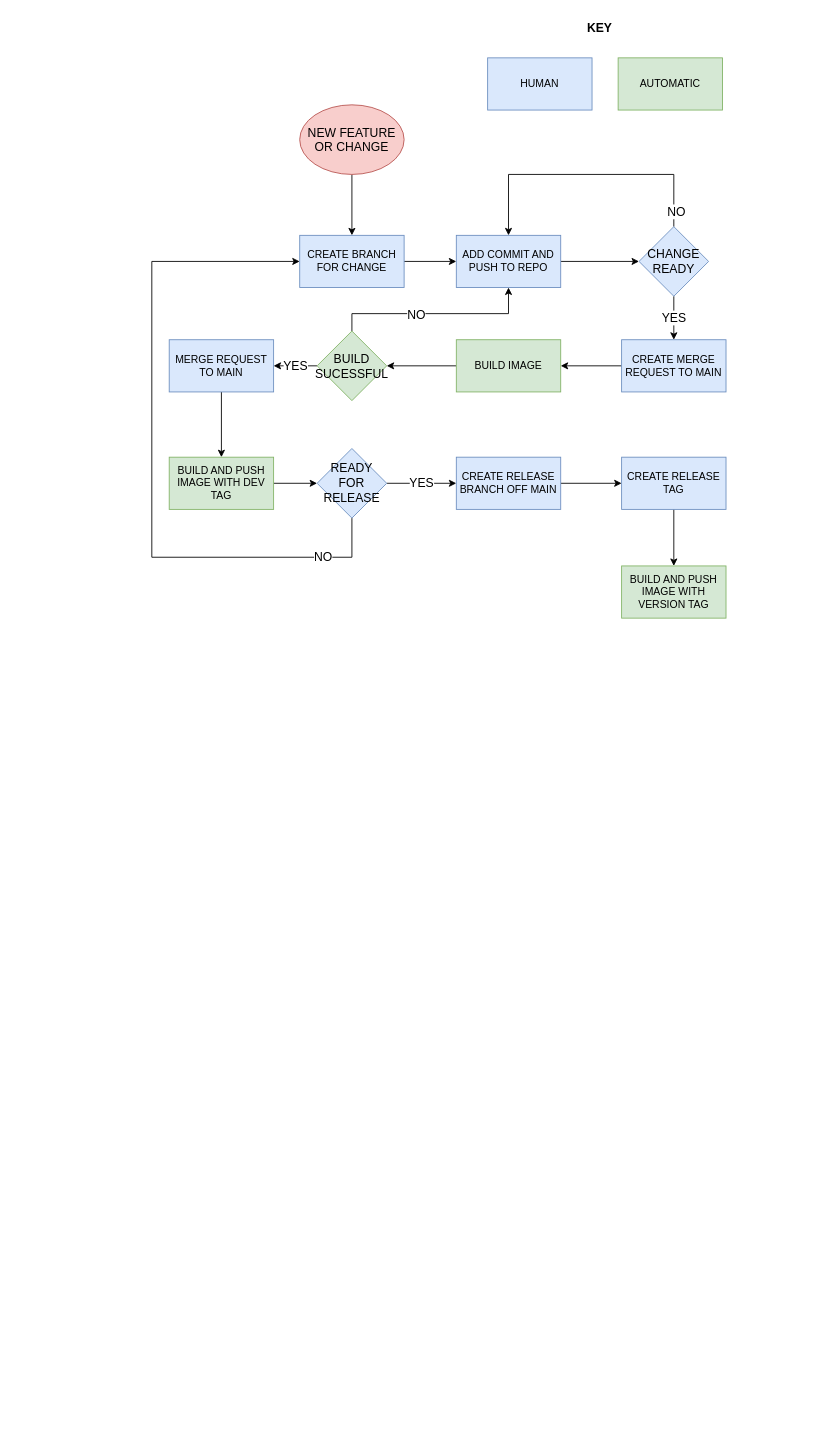
Above: gitflow.drawio in quanhk711/dev-test- (draw.io), before the change. Source tidied: cells renumbered, new cells numbered last; positions are measured from the earlier drawing's top-left corner, leaving out a move shared by most shapes. Both pictures are drawn from the tidied source at 87%, with x=0, y=0 at pixel (151, 15).
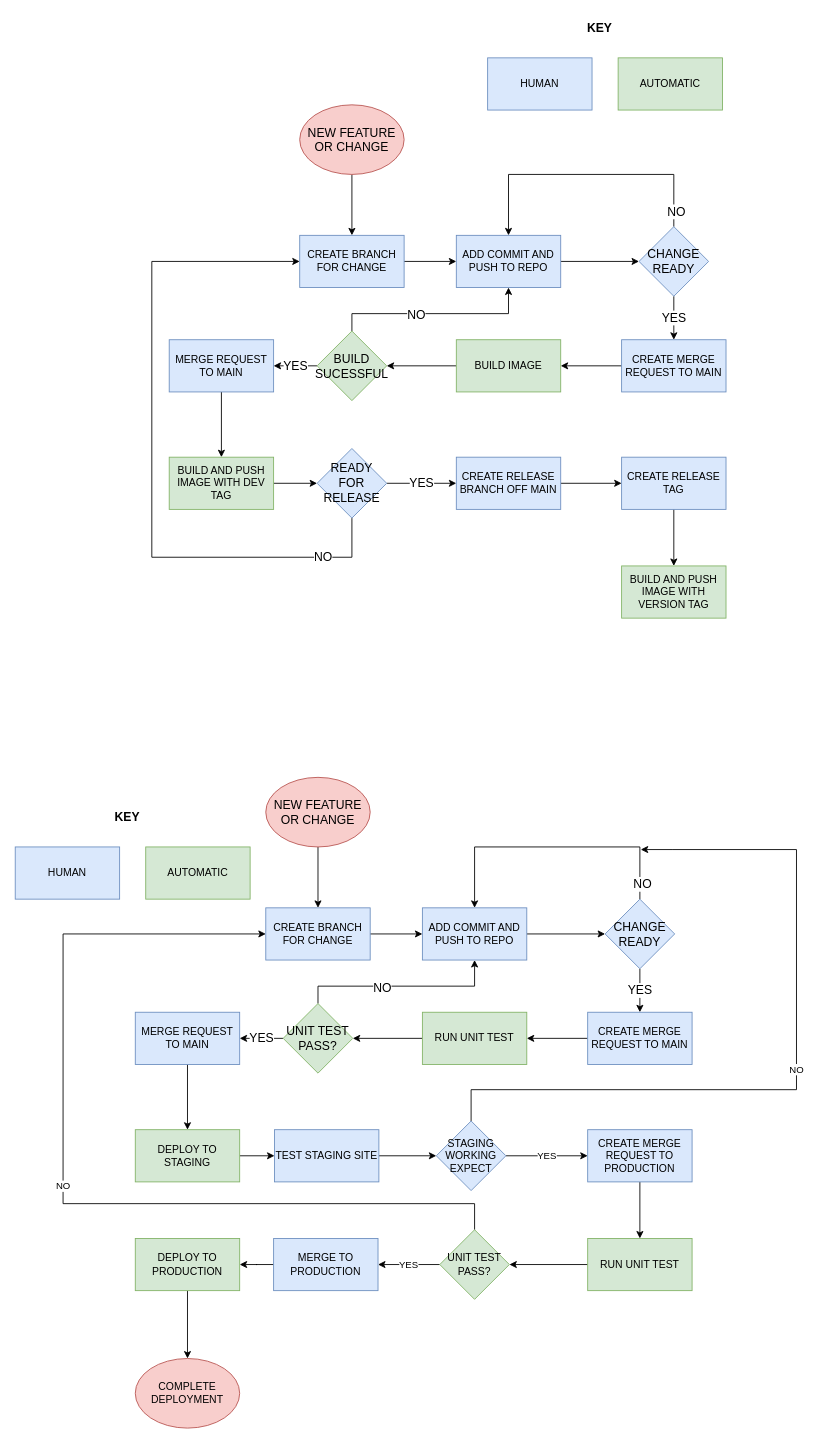
The same diagram, later.

Change to the diagram source:
```diff
@@
+    <mxCell id="35" value="HUMAN" style="rounded=0;whiteSpace=wrap;html=1;fillColor=#dae8fc;strokeColor=#6c8ebf;" parent="1" vertex="1">
+      <mxGeometry x="-157" y="956" width="120" height="60" as="geometry" />
+    </mxCell>
+    <mxCell id="36" value="&lt;b&gt;&lt;font style=&quot;font-size: 14px&quot;&gt;KEY&lt;/font&gt;&lt;/b&gt;" style="text;html=1;strokeColor=none;fillColor=none;align=center;verticalAlign=middle;whiteSpace=wrap;rounded=0;" parent="1" vertex="1">
+      <mxGeometry x="-58" y="907" width="60" height="30" as="geometry" />
+    </mxCell>
+    <mxCell id="37" value="AUTOMATIC" style="rounded=0;whiteSpace=wrap;html=1;fillColor=#d5e8d4;strokeColor=#82b366;" parent="1" vertex="1">
+      <mxGeometry x="-7" y="956" width="120" height="60" as="geometry" />
+    </mxCell>
+    <mxCell id="38" style="edgeStyle=orthogonalEdgeStyle;rounded=0;jettySize=auto;html=1;entryX=0.5;entryY=0;entryDx=0;entryDy=0;fontSize=14;" parent="1" edge="1" source="39" target="41">
+      <mxGeometry relative="1" as="geometry" />
+    </mxCell>
+    <mxCell id="39" value="NEW FEATURE OR CHANGE" style="ellipse;whiteSpace=wrap;html=1;fontSize=14;fillColor=#f8cecc;strokeColor=#b85450;" parent="1" vertex="1">
+      <mxGeometry x="131" y="876" width="120" height="80" as="geometry" />
+    </mxCell>
+    <mxCell id="40" style="edgeStyle=orthogonalEdgeStyle;rounded=0;jettySize=auto;html=1;entryX=0;entryY=0.5;entryDx=0;entryDy=0;fontSize=14;" parent="1" edge="1" source="41" target="43">
+      <mxGeometry relative="1" as="geometry" />
+    </mxCell>
+    <mxCell id="41" value="CREATE BRANCH FOR CHANGE" style="rounded=0;whiteSpace=wrap;html=1;fillColor=#dae8fc;strokeColor=#6c8ebf;" parent="1" vertex="1">
+      <mxGeometry x="131" y="1026" width="120" height="60" as="geometry" />
+    </mxCell>
+    <mxCell id="42" style="edgeStyle=orthogonalEdgeStyle;rounded=0;jettySize=auto;html=1;entryX=0;entryY=0.5;entryDx=0;entryDy=0;fontSize=14;" parent="1" edge="1" source="43" target="47">
+      <mxGeometry relative="1" as="geometry" />
+    </mxCell>
+    <mxCell id="43" value="ADD COMMIT AND PUSH TO REPO" style="rounded=0;whiteSpace=wrap;html=1;fillColor=#dae8fc;strokeColor=#6c8ebf;" parent="1" vertex="1">
+      <mxGeometry x="311" y="1026" width="120" height="60" as="geometry" />
+    </mxCell>
+    <mxCell id="44" value="YES" style="edgeStyle=orthogonalEdgeStyle;rounded=0;jettySize=auto;html=1;entryX=0.5;entryY=0;entryDx=0;entryDy=0;fontSize=14;" parent="1" edge="1" source="47" target="49">
+      <mxGeometry relative="1" as="geometry">
+        <Array as="points">
+          <mxPoint x="561" y="1126" />
+          <mxPoint x="561" y="1126" />
+        </Array>
+      </mxGeometry>
+    </mxCell>
+    <mxCell id="45" style="edgeStyle=orthogonalEdgeStyle;rounded=0;jettySize=auto;html=1;entryX=0.5;entryY=0;entryDx=0;entryDy=0;fontSize=14;" parent="1" edge="1" source="47" target="43">
+      <mxGeometry relative="1" as="geometry">
+        <Array as="points">
+          <mxPoint x="561" y="956" />
+          <mxPoint x="371" y="956" />
+        </Array>
+      </mxGeometry>
+    </mxCell>
+    <mxCell id="46" value="NO" style="edgeLabel;html=1;align=center;verticalAlign=middle;fontSize=14;" parent="45" vertex="1">
+      <mxGeometry x="-0.89" y="-2" relative="1" as="geometry" />
+    </mxCell>
+    <mxCell id="47" value="CHANGE READY" style="rhombus;whiteSpace=wrap;html=1;fontSize=14;fillColor=#dae8fc;strokeColor=#6c8ebf;" parent="1" vertex="1">
+      <mxGeometry x="521" y="1016" width="80" height="80" as="geometry" />
+    </mxCell>
+    <mxCell id="48" style="edgeStyle=orthogonalEdgeStyle;rounded=0;jettySize=auto;html=1;entryX=1;entryY=0.5;entryDx=0;entryDy=0;fontSize=14;" parent="1" edge="1" source="49" target="51">
+      <mxGeometry relative="1" as="geometry" />
+    </mxCell>
+    <mxCell id="49" value="CREATE MERGE REQUEST TO MAIN" style="rounded=0;whiteSpace=wrap;html=1;fillColor=#dae8fc;strokeColor=#6c8ebf;" parent="1" vertex="1">
+      <mxGeometry x="501" y="1146" width="120" height="60" as="geometry" />
+    </mxCell>
+    <mxCell id="50" style="edgeStyle=orthogonalEdgeStyle;rounded=0;jettySize=auto;html=1;entryX=1;entryY=0.5;entryDx=0;entryDy=0;fontSize=14;" parent="1" edge="1" source="51" target="55">
+      <mxGeometry relative="1" as="geometry" />
+    </mxCell>
+    <mxCell id="51" value="RUN UNIT TEST" style="rounded=0;whiteSpace=wrap;html=1;fillColor=#d5e8d4;strokeColor=#82b366;" parent="1" vertex="1">
+      <mxGeometry x="311" y="1146" width="120" height="60" as="geometry" />
+    </mxCell>
+    <mxCell id="52" value="YES" style="edgeStyle=orthogonalEdgeStyle;rounded=0;jettySize=auto;html=1;entryX=1;entryY=0.5;entryDx=0;entryDy=0;fontSize=14;" parent="1" edge="1" source="55" target="57">
+      <mxGeometry relative="1" as="geometry" />
+    </mxCell>
+    <mxCell id="53" style="edgeStyle=orthogonalEdgeStyle;rounded=0;jettySize=auto;html=1;fontSize=14;" parent="1" edge="1" source="55" target="43">
+      <mxGeometry relative="1" as="geometry">
+        <Array as="points">
+          <mxPoint x="191" y="1116" />
+          <mxPoint x="371" y="1116" />
+        </Array>
+      </mxGeometry>
+    </mxCell>
+    <mxCell id="54" value="NO" style="edgeLabel;html=1;align=center;verticalAlign=middle;fontSize=14;" parent="53" vertex="1">
+      <mxGeometry x="-0.19" y="-1" relative="1" as="geometry" />
+    </mxCell>
+    <mxCell id="55" value="UNIT TEST PASS?" style="rhombus;whiteSpace=wrap;html=1;fontSize=14;fillColor=#d5e8d4;strokeColor=#82b366;" parent="1" vertex="1">
+      <mxGeometry x="151" y="1136" width="80" height="80" as="geometry" />
+    </mxCell>
+    <mxCell id="56" style="edgeStyle=orthogonalEdgeStyle;rounded=0;jettySize=auto;html=1;fontSize=14;" parent="1" edge="1" source="57" target="59">
+      <mxGeometry relative="1" as="geometry" />
+    </mxCell>
+    <mxCell id="57" value="MERGE REQUEST TO MAIN" style="rounded=0;whiteSpace=wrap;html=1;fillColor=#dae8fc;strokeColor=#6c8ebf;" parent="1" vertex="1">
+      <mxGeometry x="-19" y="1146" width="120" height="60" as="geometry" />
+    </mxCell>
+    <mxCell id="58" style="edgeStyle=orthogonalEdgeStyle;rounded=0;jettySize=auto;html=1;" parent="1" edge="1" source="59" target="65">
+      <mxGeometry relative="1" as="geometry" />
+    </mxCell>
+    <mxCell id="59" value="DEPLOY TO STAGING" style="rounded=0;whiteSpace=wrap;html=1;fillColor=#d5e8d4;strokeColor=#82b366;" parent="1" vertex="1">
+      <mxGeometry x="-19" y="1281" width="120" height="60" as="geometry" />
+    </mxCell>
+    <mxCell id="60" style="edgeStyle=orthogonalEdgeStyle;rounded=0;jettySize=auto;html=1;entryX=0.5;entryY=0;entryDx=0;entryDy=0;fontSize=14;" parent="1" edge="1" source="61" target="63">
+      <mxGeometry relative="1" as="geometry" />
+    </mxCell>
+    <mxCell id="61" value="CREATE MERGE REQUEST TO PRODUCTION" style="rounded=0;whiteSpace=wrap;html=1;fillColor=#dae8fc;strokeColor=#6c8ebf;" parent="1" vertex="1">
+      <mxGeometry x="501" y="1281" width="120" height="60" as="geometry" />
+    </mxCell>
+    <mxCell id="62" style="edgeStyle=orthogonalEdgeStyle;rounded=0;jettySize=auto;html=1;entryX=1;entryY=0.5;entryDx=0;entryDy=0;" parent="1" edge="1" source="63" target="71">
+      <mxGeometry relative="1" as="geometry" />
+    </mxCell>
+    <mxCell id="63" value="RUN UNIT TEST" style="rounded=0;whiteSpace=wrap;html=1;fillColor=#d5e8d4;strokeColor=#82b366;" parent="1" vertex="1">
+      <mxGeometry x="501" y="1406" width="120" height="60" as="geometry" />
+    </mxCell>
+    <mxCell id="64" style="edgeStyle=orthogonalEdgeStyle;rounded=0;jettySize=auto;html=1;entryX=0;entryY=0.5;entryDx=0;entryDy=0;" parent="1" edge="1" source="65" target="68">
+      <mxGeometry relative="1" as="geometry" />
+    </mxCell>
+    <mxCell id="65" value="TEST STAGING SITE" style="rounded=0;whiteSpace=wrap;html=1;fillColor=#dae8fc;strokeColor=#6c8ebf;" parent="1" vertex="1">
+      <mxGeometry x="141" y="1281" width="120" height="60" as="geometry" />
+    </mxCell>
+    <mxCell id="66" value="YES" style="edgeStyle=orthogonalEdgeStyle;rounded=0;jettySize=auto;html=1;" parent="1" edge="1" source="68" target="61">
+      <mxGeometry relative="1" as="geometry" />
+    </mxCell>
+    <mxCell id="67" value="NO" style="edgeStyle=orthogonalEdgeStyle;rounded=0;jettySize=auto;html=1;" parent="1" edge="1" source="68">
+      <mxGeometry relative="1" as="geometry">
+        <mxPoint x="562" y="959" as="targetPoint" />
+        <Array as="points">
+          <mxPoint x="367" y="1235" />
+          <mxPoint x="741" y="1235" />
+          <mxPoint x="741" y="959" />
+          <mxPoint x="598" y="959" />
+        </Array>
+      </mxGeometry>
+    </mxCell>
+    <mxCell id="68" value="STAGING WORKING EXPECT" style="rhombus;whiteSpace=wrap;html=1;fillColor=#dae8fc;strokeColor=#6c8ebf;" parent="1" vertex="1">
+      <mxGeometry x="327" y="1271" width="80" height="80" as="geometry" />
+    </mxCell>
+    <mxCell id="69" value="YES" style="edgeStyle=orthogonalEdgeStyle;rounded=0;jettySize=auto;html=1;entryX=1;entryY=0.5;entryDx=0;entryDy=0;" parent="1" edge="1" source="71" target="73">
+      <mxGeometry relative="1" as="geometry" />
+    </mxCell>
+    <mxCell id="70" value="NO" style="edgeStyle=orthogonalEdgeStyle;rounded=0;jettySize=auto;html=1;entryX=0;entryY=0.5;entryDx=0;entryDy=0;" parent="1" edge="1" source="71" target="41">
+      <mxGeometry relative="1" as="geometry">
+        <Array as="points">
+          <mxPoint x="371" y="1366" />
+          <mxPoint x="-102" y="1366" />
+          <mxPoint x="-102" y="1056" />
+        </Array>
+      </mxGeometry>
+    </mxCell>
+    <mxCell id="71" value="UNIT TEST PASS?" style="rhombus;whiteSpace=wrap;html=1;fillColor=#d5e8d4;strokeColor=#82b366;" parent="1" vertex="1">
+      <mxGeometry x="331" y="1396" width="80" height="80" as="geometry" />
+    </mxCell>
+    <mxCell id="72" style="edgeStyle=orthogonalEdgeStyle;rounded=0;jettySize=auto;html=1;entryX=1;entryY=0.5;entryDx=0;entryDy=0;" parent="1" edge="1" source="73" target="75">
+      <mxGeometry relative="1" as="geometry" />
+    </mxCell>
+    <mxCell id="73" value="MERGE TO PRODUCTION" style="rounded=0;whiteSpace=wrap;html=1;fillColor=#dae8fc;strokeColor=#6c8ebf;" parent="1" vertex="1">
+      <mxGeometry x="140" y="1406" width="120" height="60" as="geometry" />
+    </mxCell>
+    <mxCell id="74" style="edgeStyle=orthogonalEdgeStyle;rounded=0;jettySize=auto;html=1;" parent="1" edge="1" source="75" target="76">
+      <mxGeometry relative="1" as="geometry" />
+    </mxCell>
+    <mxCell id="75" value="DEPLOY TO PRODUCTION" style="rounded=0;whiteSpace=wrap;html=1;fillColor=#d5e8d4;strokeColor=#82b366;" parent="1" vertex="1">
+      <mxGeometry x="-19" y="1406" width="120" height="60" as="geometry" />
+    </mxCell>
+    <mxCell id="76" value="COMPLETE DEPLOYMENT" style="ellipse;whiteSpace=wrap;html=1;fillColor=#f8cecc;strokeColor=#b85450;" parent="1" vertex="1">
+      <mxGeometry x="-19" y="1544" width="120" height="80" as="geometry" />
+    </mxCell>
```
